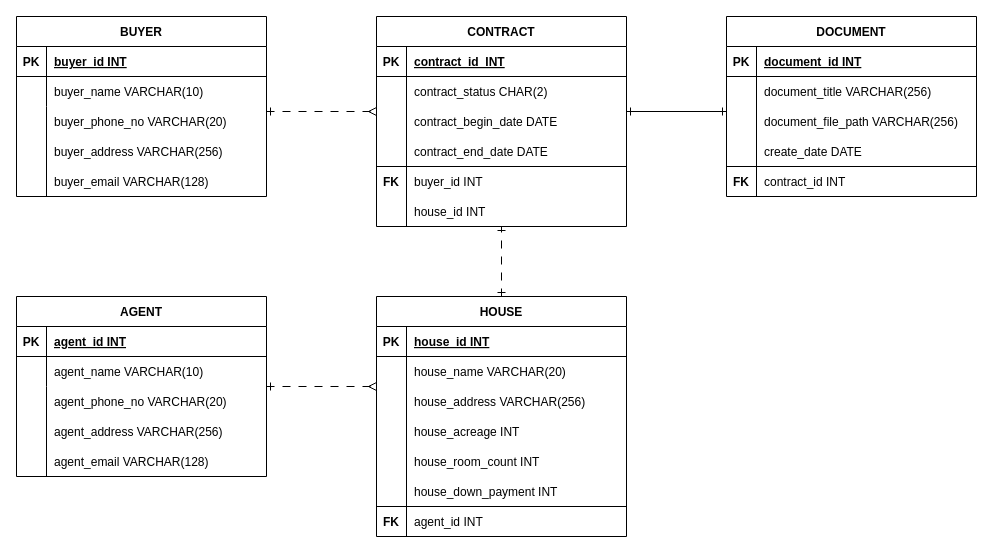
Above: 제목 없는 다이어그램.drawio in lkis71/core (draw.io), before the change. Source tidied: cells renumbered, new cells numbered last; positions are measured from the earlier drawing's top-left corner, leaving out a move shared by most shapes. Both pictures are drawn from the tidied source at 100%, with x=0, y=0 at pixel (16, 16).
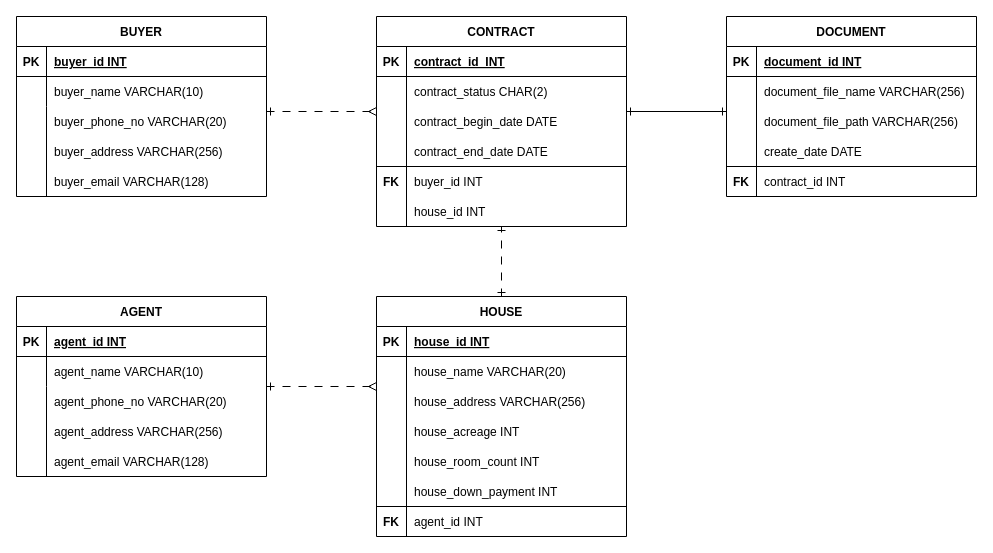
After the change.

Commit message:
document 컬럼명 변경

Unchanged cells that the change refers to:
```xml
<mxCell id="24" style="shape=partialRectangle;fillColor=none;top=0;left=0;right=0;bottom=0;" parent="20" vertex="1">
  <mxGeometry y="60" width="250" height="30" as="geometry" />
</mxCell>
```

Diff of the diagram source:
```diff
@@
-    <mxCell id="26" value="document_title VARCHAR(256)" style="shape=partialRectangle;overflow=hidden;fillColor=none;top=0;left=0;bottom=0;right=0;align=left;spacingLeft=6;" parent="24" vertex="1">
+    <mxCell id="26" value="document_file_name VARCHAR(256)" style="shape=partialRectangle;overflow=hidden;fillColor=none;top=0;left=0;bottom=0;right=0;align=left;spacingLeft=6;" parent="24" vertex="1">
       <mxGeometry x="30" width="220" height="30" as="geometry" />
     </mxCell>
```
